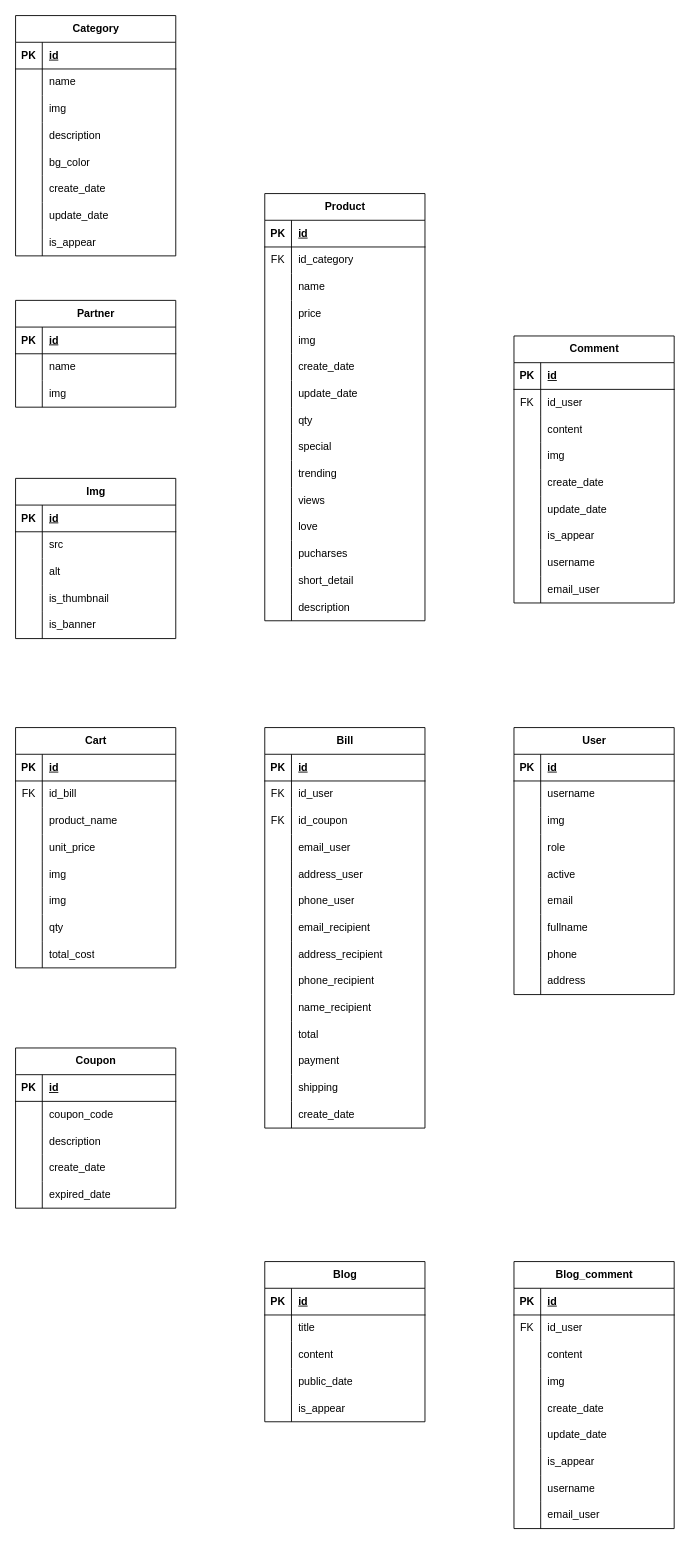
The draw.io diagram .vscode/LEGOUS_DIAGRAM.drawio in thanh8724/Legous, before the edit. Source tidied: cells renumbered, new cells numbered last; positions are measured from the earlier drawing's top-left corner, leaving out a move shared by most shapes. Both pictures are drawn from the tidied source at 89%, with x=0, y=0 at pixel (15, 15).
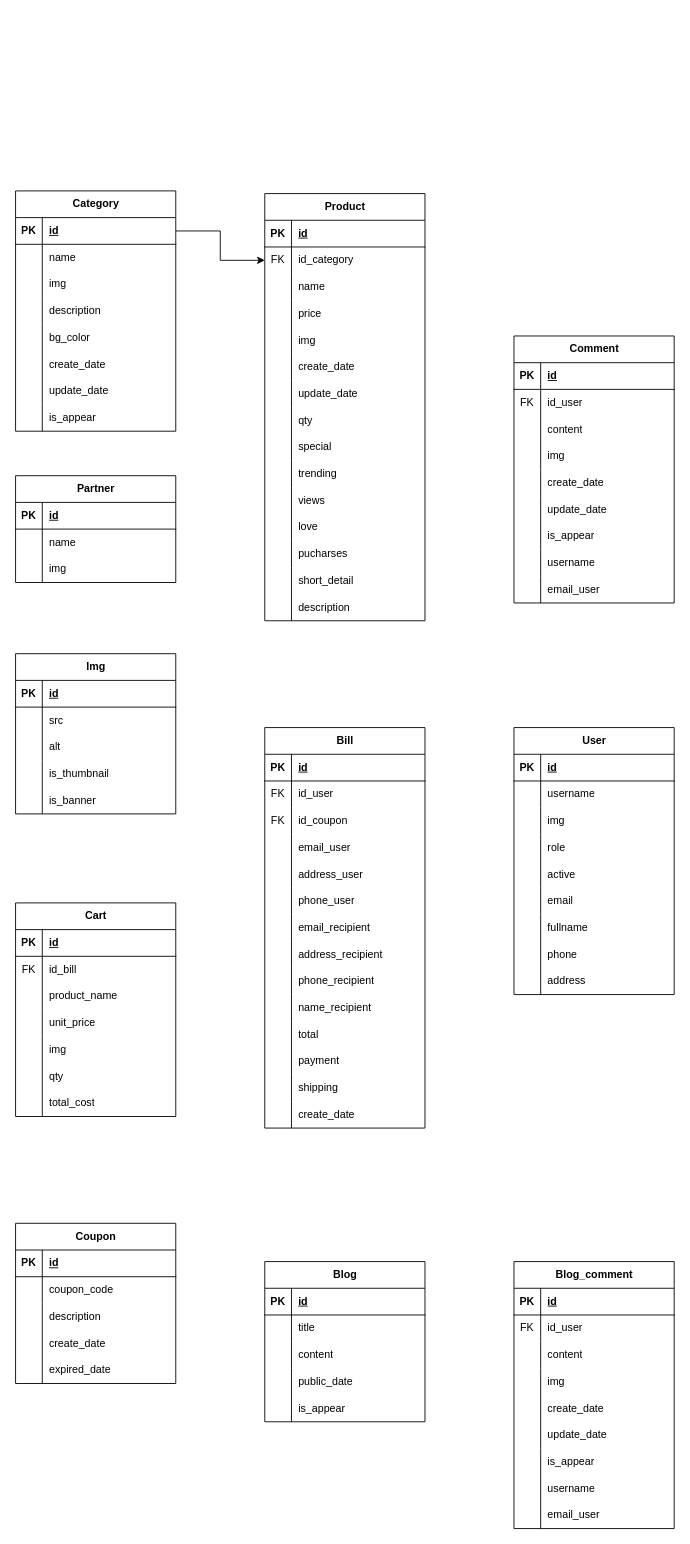
Above is the later version.

Unchanged cells that the change refers to:
```xml
<mxCell id="6" style="shape=tableRow;horizontal=0;startSize=0;swimlaneHead=0;swimlaneBody=0;fillColor=none;points=[[0,0.5],[1,0.5]];portConstraint=eastwest;top=0;left=0;right=0;bottom=0;" parent="2" vertex="1">
  <mxGeometry y="60" width="180" height="30" as="geometry" />
</mxCell>
<mxCell id="49" style="shape=tableRow;horizontal=0;startSize=0;swimlaneHead=0;swimlaneBody=0;fillColor=none;points=[[0,0.5],[1,0.5]];portConstraint=eastwest;top=0;left=0;right=0;bottom=1;" parent="48" vertex="1">
  <mxGeometry y="30" width="180" height="30" as="geometry" />
</mxCell>
```

What changed in the source:
```diff
@@
     <mxCell id="48" value="Category" style="shape=table;startSize=30;childLayout=tableLayout;rowLines=0;fontStyle=1;align=center;html=1;" parent="1" vertex="1">
-      <mxGeometry width="180" height="270" as="geometry" />
+      <mxGeometry y="197" width="180" height="270" as="geometry" />
     </mxCell>
@@
     <mxCell id="73" value="Partner" style="shape=table;startSize=30;childLayout=tableLayout;rowLines=0;fontStyle=1;align=center;html=1;" parent="1" vertex="1">
-      <mxGeometry y="320" width="180" height="120" as="geometry" />
+      <mxGeometry y="517" width="180" height="120" as="geometry" />
     </mxCell>
@@
     <mxCell id="83" value="Img" style="shape=table;startSize=30;childLayout=tableLayout;rowLines=0;fontStyle=1;align=center;html=1;" parent="1" vertex="1">
-      <mxGeometry y="520" width="180" height="180" as="geometry" />
+      <mxGeometry y="717" width="180" height="180" as="geometry" />
     </mxCell>
@@
     <mxCell id="99" value="Cart" style="shape=table;startSize=30;childLayout=tableLayout;rowLines=0;fontStyle=1;align=center;html=1;" parent="1" vertex="1">
-      <mxGeometry y="800" width="180" height="270" as="geometry" />
+      <mxGeometry y="997" width="180" height="240" as="geometry" />
     </mxCell>
@@
-    <mxCell id="115" style="shape=tableRow;horizontal=0;startSize=0;swimlaneHead=0;swimlaneBody=0;fillColor=none;top=0;left=0;right=0;bottom=0;" parent="99" vertex="1">
-      <mxGeometry y="180" width="180" height="30" as="geometry" />
-    </mxCell>
-    <mxCell id="116" style="shape=partialRectangle;fillColor=none;top=0;left=0;bottom=0;right=0;overflow=hidden;whiteSpace=wrap;html=1;" parent="115" vertex="1">
-      <mxGeometry width="30" height="30" as="geometry" />
-    </mxCell>
-    <mxCell id="117" value="img" style="shape=partialRectangle;fillColor=none;top=0;left=0;bottom=0;right=0;align=left;spacingLeft=6;overflow=hidden;whiteSpace=wrap;html=1;" parent="115" vertex="1">
-      <mxGeometry x="30" width="150" height="30" as="geometry" />
-    </mxCell>
     <mxCell id="118" style="shape=tableRow;horizontal=0;startSize=0;swimlaneHead=0;swimlaneBody=0;fillColor=none;top=0;left=0;right=0;bottom=0;" parent="99" vertex="1">
-      <mxGeometry y="210" width="180" height="30" as="geometry" />
+      <mxGeometry y="180" width="180" height="30" as="geometry" />
     </mxCell>
@@
     <mxCell id="121" style="shape=tableRow;horizontal=0;startSize=0;swimlaneHead=0;swimlaneBody=0;fillColor=none;top=0;left=0;right=0;bottom=0;" parent="99" vertex="1">
-      <mxGeometry y="240" width="180" height="30" as="geometry" />
+      <mxGeometry y="210" width="180" height="30" as="geometry" />
     </mxCell>
@@
     <mxCell id="223" value="Coupon" style="shape=table;startSize=30;childLayout=tableLayout;rowLines=0;fontStyle=1;align=center;html=1;" parent="1" vertex="1">
-      <mxGeometry y="1160" width="180" height="180" as="geometry" />
+      <mxGeometry y="1357" width="180" height="180" as="geometry" />
     </mxCell>
@@
+    <mxCell id="283" style="edgeStyle=orthogonalEdgeStyle;rounded=0;jettySize=auto;html=1;exitX=1;exitY=0.5;exitDx=0;exitDy=0;" parent="1" edge="1" source="49" target="6">
+      <mxGeometry relative="1" as="geometry" />
+    </mxCell>
```
